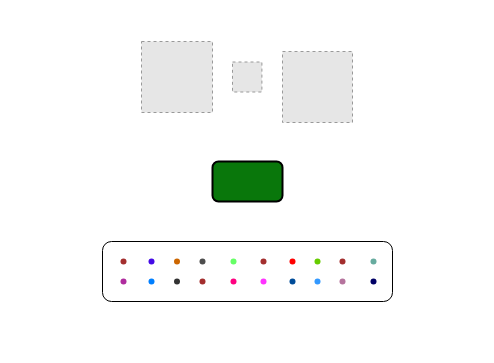
This is vit_presentation.drawio from ravindra2859/Figure_Poster, a draw.io file, before an edit. Source tidied: cells renumbered, new cells numbered last; positions are measured from the earlier drawing's top-left corner, leaving out a move shared by most shapes. Both pictures are drawn from the tidied source at 100%, with x=0, y=0 at pixel (102, 41). Pictures stored in the file or linked from it are replaced by grey dashed boxes.
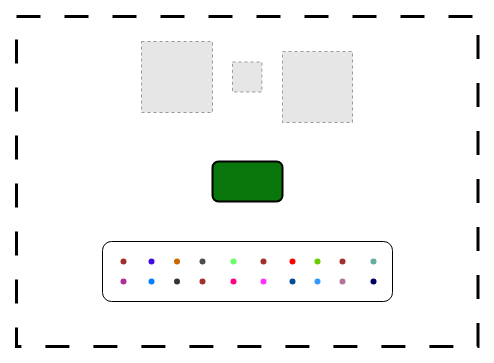
The same diagram, later.

Diff of the diagram source:
```diff
@@
+    <mxCell id="27" style="rounded=0;whiteSpace=wrap;html=1;dashed=1;dashPattern=8 8;strokeWidth=3;" parent="1" vertex="1">
+      <mxGeometry x="-86" y="-24.9" width="461.5" height="329.9" as="geometry" />
+    </mxCell>
```
